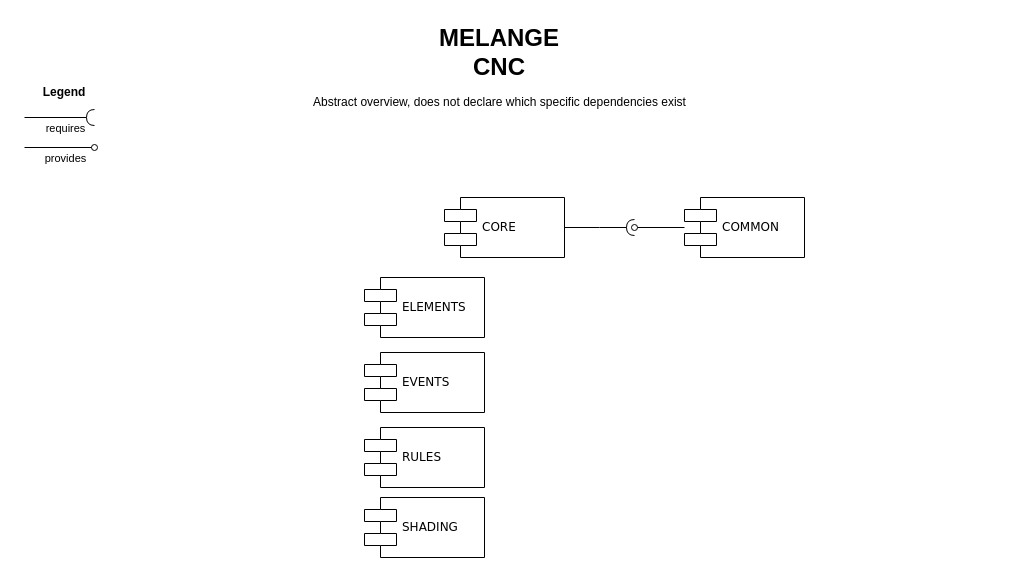
Above: documentation/melange-modules-cnc.drawio in GustavBW/MELANGE (draw.io), before the change. Source tidied: cells renumbered, new cells numbered last; positions are measured from the earlier drawing's top-left corner, leaving out a move shared by most shapes. Both pictures are drawn from the tidied source at 100%, with x=0, y=0 at pixel (24, 17).
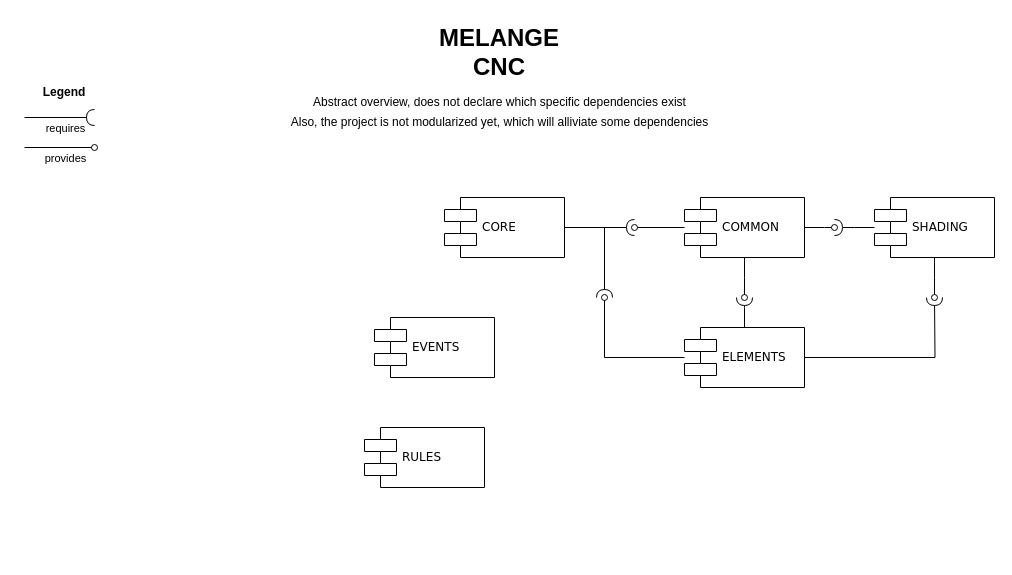
Above is the later version.

Unchanged cells that the change refers to:
```xml
<mxCell id="3" value="CORE" style="shape=component;align=left;spacingLeft=36;rounded=0;shadow=0;comic=0;labelBackgroundColor=none;strokeWidth=1;fontFamily=Verdana;fontSize=12;html=1;" parent="1" vertex="1">
  <mxGeometry x="420" y="180" width="120" height="60" as="geometry" />
</mxCell>
<mxCell id="6" value="COMMON" style="shape=component;align=left;spacingLeft=36;rounded=0;shadow=0;comic=0;labelBackgroundColor=none;strokeWidth=1;fontFamily=Verdana;fontSize=12;html=1;" parent="1" vertex="1">
  <mxGeometry x="660" y="180" width="120" height="60" as="geometry" />
</mxCell>
```

Change to the diagram source:
```diff
@@
+    <mxCell id="17" style="edgeStyle=orthogonalEdgeStyle;rounded=0;jettySize=auto;html=1;endArrow=halfCircle;endFill=0;" parent="1" edge="1" source="3">
+      <mxGeometry relative="1" as="geometry">
+        <mxPoint x="580" y="280" as="targetPoint" />
+        <Array as="points">
+          <mxPoint x="580" y="210" />
+          <mxPoint x="580" y="280" />
+        </Array>
+      </mxGeometry>
+    </mxCell>
@@
+    <mxCell id="18" style="edgeStyle=orthogonalEdgeStyle;rounded=0;jettySize=auto;html=1;endArrow=oval;endFill=0;" parent="1" edge="1" source="6">
+      <mxGeometry relative="1" as="geometry">
+        <mxPoint x="720" y="280" as="targetPoint" />
+      </mxGeometry>
+    </mxCell>
+    <mxCell id="19" style="edgeStyle=orthogonalEdgeStyle;rounded=0;jettySize=auto;html=1;endArrow=oval;endFill=0;" parent="1" edge="1" source="6">
+      <mxGeometry relative="1" as="geometry">
+        <mxPoint x="810" y="210" as="targetPoint" />
+      </mxGeometry>
+    </mxCell>
@@
+    <mxCell id="20" style="edgeStyle=orthogonalEdgeStyle;rounded=0;jettySize=auto;html=1;endArrow=oval;endFill=0;" parent="1" edge="1" source="7">
+      <mxGeometry relative="1" as="geometry">
+        <mxPoint x="580" y="280" as="targetPoint" />
+        <Array as="points">
+          <mxPoint x="580" y="340" />
+          <mxPoint x="580" y="280" />
+        </Array>
+      </mxGeometry>
+    </mxCell>
+    <mxCell id="21" style="edgeStyle=orthogonalEdgeStyle;rounded=0;jettySize=auto;html=1;endArrow=halfCircle;endFill=0;" parent="1" edge="1" source="7">
+      <mxGeometry relative="1" as="geometry">
+        <mxPoint x="720" y="280" as="targetPoint" />
+      </mxGeometry>
+    </mxCell>
+    <mxCell id="22" style="edgeStyle=orthogonalEdgeStyle;rounded=0;jettySize=auto;html=1;endArrow=halfCircle;endFill=0;" parent="1" edge="1" source="7">
+      <mxGeometry relative="1" as="geometry">
+        <mxPoint x="910" y="280" as="targetPoint" />
+      </mxGeometry>
+    </mxCell>
     <mxCell id="7" value="ELEMENTS" style="shape=component;align=left;spacingLeft=36;rounded=0;shadow=0;comic=0;labelBackgroundColor=none;strokeWidth=1;fontFamily=Verdana;fontSize=12;html=1;" parent="1" vertex="1">
-      <mxGeometry x="340" y="260" width="120" height="60" as="geometry" />
+      <mxGeometry x="660" y="310" width="120" height="60" as="geometry" />
     </mxCell>
     <mxCell id="8" value="EVENTS" style="shape=component;align=left;spacingLeft=36;rounded=0;shadow=0;comic=0;labelBackgroundColor=none;strokeWidth=1;fontFamily=Verdana;fontSize=12;html=1;" parent="1" vertex="1">
-      <mxGeometry x="340" y="335" width="120" height="60" as="geometry" />
+      <mxGeometry x="350" y="300" width="120" height="60" as="geometry" />
     </mxCell>
+    <mxCell id="23" style="edgeStyle=orthogonalEdgeStyle;rounded=0;jettySize=auto;html=1;endArrow=halfCircle;endFill=0;" parent="1" edge="1" source="9">
+      <mxGeometry relative="1" as="geometry">
+        <mxPoint x="810" y="210" as="targetPoint" />
+      </mxGeometry>
+    </mxCell>
+    <mxCell id="24" style="edgeStyle=orthogonalEdgeStyle;rounded=0;jettySize=auto;html=1;endArrow=oval;endFill=0;" parent="1" edge="1" source="9">
+      <mxGeometry relative="1" as="geometry">
+        <mxPoint x="910" y="280" as="targetPoint" />
+      </mxGeometry>
+    </mxCell>
     <mxCell id="9" value="SHADING" style="shape=component;align=left;spacingLeft=36;rounded=0;shadow=0;comic=0;labelBackgroundColor=none;strokeWidth=1;fontFamily=Verdana;fontSize=12;html=1;" parent="1" vertex="1">
-      <mxGeometry x="340" y="480" width="120" height="60" as="geometry" />
+      <mxGeometry x="850" y="180" width="120" height="60" as="geometry" />
     </mxCell>
@@
+    <mxCell id="25" value="Also, the project is not modularized yet, which will alliviate some dependencies" style="text;html=1;align=center;verticalAlign=middle;strokeColor=none;fillColor=none;" parent="1" vertex="1">
+      <mxGeometry x="255" y="90" width="440" height="30" as="geometry" />
+    </mxCell>
```
